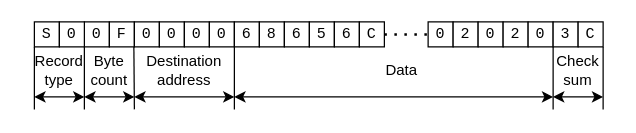
Earlier version of the draw.io diagram docs/diagrams/srec.drawio (silhavyj/ZeroMate). Source tidied: cells renumbered, new cells numbered last; positions are measured from the earlier drawing's top-left corner, leaving out a move shared by most shapes. Both pictures are drawn from the tidied source at 125%, with x=0, y=0 at pixel (21, 21).
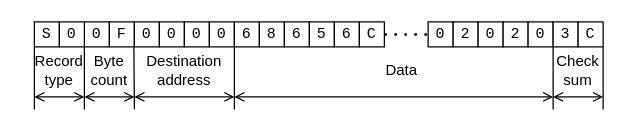
The same page after the edit.

Diff of the diagram source:
```diff
@@
-    <mxCell id="34" style="endArrow=classic;startArrow=classic;html=1;rounded=0;" parent="1" edge="1">
+    <mxCell id="34" style="endArrow=open;startArrow=open;html=1;rounded=0;startFill=0;endFill=0;" parent="1" edge="1">
       <mxGeometry relative="1" as="geometry">
         <mxPoint x="10" y="60" as="sourcePoint" />
         <mxPoint x="50" y="60" as="targetPoint" />
       </mxGeometry>
     </mxCell>
-    <mxCell id="35" style="endArrow=classic;startArrow=classic;html=1;rounded=0;" parent="1" edge="1">
+    <mxCell id="35" style="endArrow=open;startArrow=open;html=1;rounded=0;startFill=0;endFill=0;" parent="1" edge="1">
       <mxGeometry relative="1" as="geometry">
         <mxPoint x="50" y="60" as="sourcePoint" />
         <mxPoint x="90" y="60" as="targetPoint" />
       </mxGeometry>
     </mxCell>
-    <mxCell id="36" style="endArrow=classic;startArrow=classic;html=1;rounded=0;" parent="1" edge="1">
+    <mxCell id="36" style="endArrow=open;startArrow=open;html=1;rounded=0;startFill=0;endFill=0;" parent="1" edge="1">
       <mxGeometry relative="1" as="geometry">
         <mxPoint x="90" y="60" as="sourcePoint" />
         <mxPoint x="170" y="60" as="targetPoint" />
       </mxGeometry>
     </mxCell>
-    <mxCell id="37" style="endArrow=classic;startArrow=classic;html=1;rounded=0;" parent="1" edge="1">
+    <mxCell id="37" style="endArrow=open;startArrow=open;html=1;rounded=0;startFill=0;endFill=0;" parent="1" edge="1">
       <mxGeometry relative="1" as="geometry">
         <mxPoint x="170" y="60" as="sourcePoint" />
         <mxPoint x="425" y="60" as="targetPoint" />
       </mxGeometry>
     </mxCell>
@@
-    <mxCell id="39" style="endArrow=classic;startArrow=classic;html=1;rounded=0;" parent="1" edge="1">
+    <mxCell id="39" style="endArrow=open;startArrow=open;html=1;rounded=0;startFill=0;endFill=0;" parent="1" edge="1">
       <mxGeometry relative="1" as="geometry">
         <mxPoint x="425" y="60" as="sourcePoint" />
         <mxPoint x="465" y="60" as="targetPoint" />
       </mxGeometry>
     </mxCell>
```
